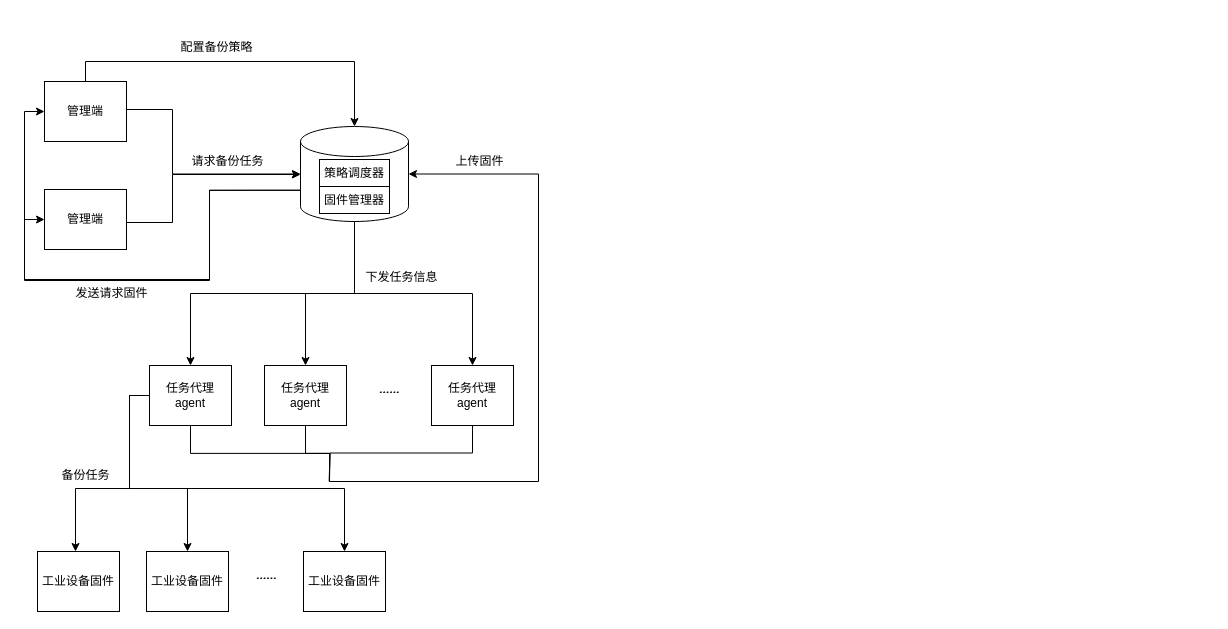
Earlier version of the draw.io diagram patent1.drawio (Alpha-Girl/drawio). Source tidied: cells renumbered, new cells numbered last; positions are measured from the earlier drawing's top-left corner, leaving out a move shared by most shapes. Both pictures are drawn from the tidied source at 100%, with x=0, y=0 at pixel (24, 38).
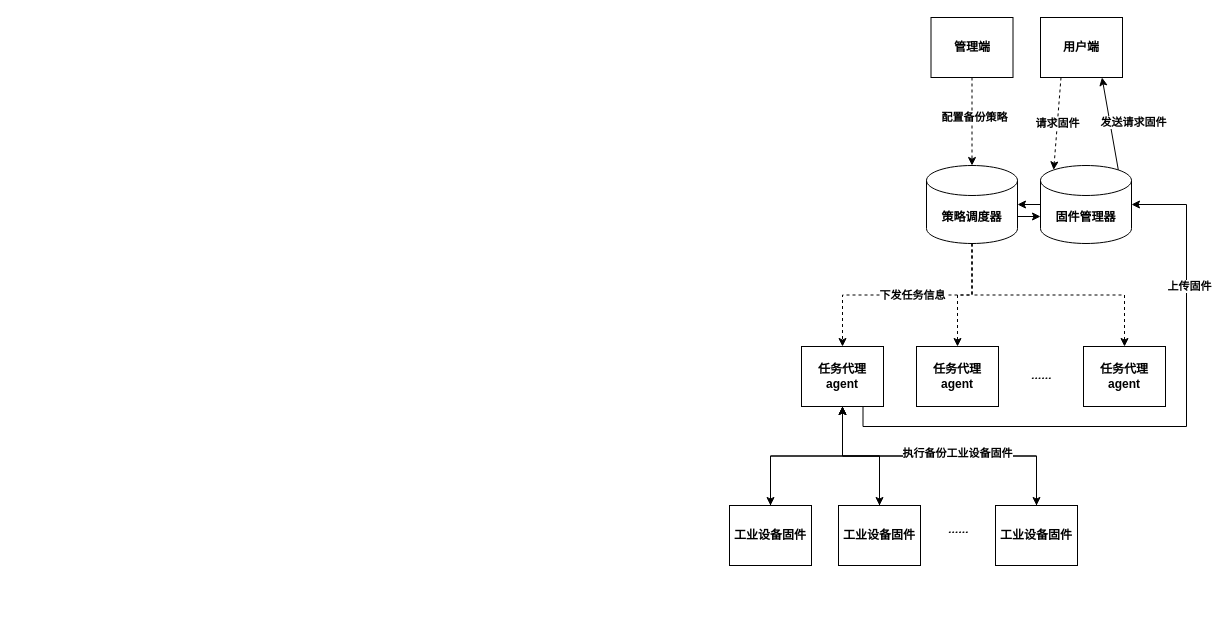
After the change.

Change to the diagram source:
```diff
@@
-    <mxCell id="2" style="edgeStyle=orthogonalEdgeStyle;rounded=0;jettySize=auto;html=1;exitX=1;exitY=0.5;exitDx=0;exitDy=0;entryX=0;entryY=0.5;entryDx=0;entryDy=0;entryPerimeter=0;" parent="1" edge="1" source="4" target="12">
-      <mxGeometry relative="1" as="geometry">
-        <Array as="points">
-          <mxPoint x="102" y="71" />
-          <mxPoint x="148" y="71" />
-          <mxPoint x="148" y="136" />
-        </Array>
-      </mxGeometry>
-    </mxCell>
-    <mxCell id="3" style="edgeStyle=orthogonalEdgeStyle;rounded=0;jettySize=auto;html=1;exitX=0.5;exitY=0;exitDx=0;exitDy=0;entryX=0.5;entryY=0;entryDx=0;entryDy=0;entryPerimeter=0;" parent="1" edge="1" source="4" target="12">
-      <mxGeometry relative="1" as="geometry" />
-    </mxCell>
-    <mxCell id="4" value="管理端" style="rounded=0;whiteSpace=wrap;html=1;" parent="1" vertex="1">
-      <mxGeometry x="20" y="43" width="82" height="60" as="geometry" />
-    </mxCell>
-    <mxCell id="5" style="edgeStyle=orthogonalEdgeStyle;rounded=0;jettySize=auto;html=1;exitX=1;exitY=0.5;exitDx=0;exitDy=0;" parent="1" edge="1" source="6" target="12">
-      <mxGeometry relative="1" as="geometry">
-        <Array as="points">
-          <mxPoint x="102" y="184" />
-          <mxPoint x="148" y="184" />
-          <mxPoint x="148" y="136" />
-        </Array>
-      </mxGeometry>
-    </mxCell>
-    <mxCell id="6" value="管理端" style="rounded=0;whiteSpace=wrap;html=1;" parent="1" vertex="1">
-      <mxGeometry x="20" y="151" width="82" height="60" as="geometry" />
-    </mxCell>
-    <mxCell id="7" style="edgeStyle=orthogonalEdgeStyle;rounded=0;jettySize=auto;html=1;exitX=0;exitY=0;exitDx=0;exitDy=63.75;exitPerimeter=0;entryX=0;entryY=0.5;entryDx=0;entryDy=0;" parent="1" edge="1" source="12" target="6">
-      <mxGeometry relative="1" as="geometry">
-        <Array as="points">
-          <mxPoint x="185" y="152" />
-          <mxPoint x="185" y="241" />
-          <mxPoint y="241" />
-          <mxPoint y="181" />
-        </Array>
-      </mxGeometry>
-    </mxCell>
-    <mxCell id="8" style="edgeStyle=orthogonalEdgeStyle;rounded=0;jettySize=auto;html=1;exitX=0;exitY=0;exitDx=0;exitDy=63.75;exitPerimeter=0;entryX=0;entryY=0.5;entryDx=0;entryDy=0;" parent="1" edge="1" source="12" target="4">
-      <mxGeometry relative="1" as="geometry">
-        <Array as="points">
-          <mxPoint x="185" y="152" />
-          <mxPoint x="185" y="242" />
-          <mxPoint y="242" />
-          <mxPoint y="73" />
-        </Array>
-      </mxGeometry>
-    </mxCell>
-    <mxCell id="9" style="edgeStyle=orthogonalEdgeStyle;rounded=0;jettySize=auto;html=1;exitX=0.5;exitY=1;exitDx=0;exitDy=0;exitPerimeter=0;entryX=0.5;entryY=0;entryDx=0;entryDy=0;fontFamily=Comic Sans MS;fontSize=24;" parent="1" edge="1" source="12" target="20">
-      <mxGeometry relative="1" as="geometry" />
-    </mxCell>
-    <mxCell id="10" style="edgeStyle=orthogonalEdgeStyle;rounded=0;jettySize=auto;html=1;exitX=0.5;exitY=1;exitDx=0;exitDy=0;exitPerimeter=0;fontFamily=Comic Sans MS;fontSize=24;" parent="1" edge="1" source="12" target="22">
-      <mxGeometry relative="1" as="geometry" />
-    </mxCell>
-    <mxCell id="11" style="edgeStyle=orthogonalEdgeStyle;rounded=0;jettySize=auto;html=1;exitX=0.5;exitY=1;exitDx=0;exitDy=0;exitPerimeter=0;fontFamily=Comic Sans MS;fontSize=24;" parent="1" edge="1" source="12" target="24">
-      <mxGeometry relative="1" as="geometry" />
-    </mxCell>
-    <mxCell id="12" style="shape=cylinder3;whiteSpace=wrap;html=1;boundedLbl=1;backgroundOutline=1;size=15;" parent="1" vertex="1">
-      <mxGeometry x="276" y="88" width="108" height="95" as="geometry" />
-    </mxCell>
-    <mxCell id="13" value="请求备份任务" style="text;html=1;align=center;verticalAlign=middle;fillColor=none;strokeColor=none;rounded=0;" parent="1" vertex="1">
-      <mxGeometry x="162" y="114" width="82" height="18" as="geometry" />
-    </mxCell>
+    <mxCell id="36" style="edgeStyle=orthogonalEdgeStyle;rounded=0;jettySize=auto;html=1;exitX=0.5;exitY=1;exitDx=0;exitDy=0;entryX=0.5;entryY=0;entryDx=0;entryDy=0;entryPerimeter=0;dashed=1;" parent="1" edge="1" source="37" target="34">
+      <mxGeometry relative="1" as="geometry" />
+    </mxCell>
+    <mxCell id="15" value="配置备份策略" style="edgeLabel;html=1;align=center;verticalAlign=middle;fontStyle=1;" parent="36" vertex="1">
+      <mxGeometry x="-0.11" y="2" relative="1" as="geometry" />
+    </mxCell>
+    <mxCell id="37" value="管理端" style="rounded=0;whiteSpace=wrap;html=1;fontStyle=1;" parent="1" vertex="1">
+      <mxGeometry x="906.5" y="-21" width="82" height="60" as="geometry" />
+    </mxCell>
+    <mxCell id="38" value="请求固件" style="rounded=0;jettySize=auto;html=1;exitX=0.25;exitY=1;exitDx=0;exitDy=0;entryX=0.145;entryY=0;entryDx=0;entryDy=4.35;entryPerimeter=0;fontStyle=1;dashed=1;" parent="1" edge="1" source="39" target="35">
+      <mxGeometry relative="1" as="geometry" />
+    </mxCell>
+    <mxCell id="39" value="用户端" style="rounded=0;whiteSpace=wrap;html=1;fontStyle=1;" parent="1" vertex="1">
+      <mxGeometry x="1016" y="-21" width="82" height="60" as="geometry" />
+    </mxCell>
+    <mxCell id="40" style="edgeStyle=orthogonalEdgeStyle;rounded=0;jettySize=auto;html=1;exitX=0.5;exitY=1;exitDx=0;exitDy=0;exitPerimeter=0;entryX=0.5;entryY=0;entryDx=0;entryDy=0;dashed=1;" parent="1" edge="1" source="34" target="48">
+      <mxGeometry relative="1" as="geometry" />
+    </mxCell>
+    <mxCell id="27" value="下发任务信息" style="edgeLabel;html=1;align=center;verticalAlign=middle;fontStyle=1;" parent="40" vertex="1">
+      <mxGeometry x="-0.13" y="-2" relative="1" as="geometry">
+        <mxPoint x="-11" y="2" as="offset" />
+      </mxGeometry>
+    </mxCell>
+    <mxCell id="41" style="edgeStyle=orthogonalEdgeStyle;rounded=0;jettySize=auto;html=1;exitX=0.5;exitY=1;exitDx=0;exitDy=0;exitPerimeter=0;dashed=1;" parent="1" edge="1" source="34" target="49">
+      <mxGeometry relative="1" as="geometry" />
+    </mxCell>
+    <mxCell id="42" style="edgeStyle=orthogonalEdgeStyle;rounded=0;jettySize=auto;html=1;exitX=0.5;exitY=1;exitDx=0;exitDy=0;exitPerimeter=0;dashed=1;" parent="1" edge="1" source="34" target="50">
+      <mxGeometry relative="1" as="geometry" />
+    </mxCell>
+    <mxCell id="43" style="edgeStyle=none;rounded=0;jettySize=auto;html=1;exitX=1;exitY=0;exitDx=0;exitDy=51;exitPerimeter=0;entryX=0;entryY=0;entryDx=0;entryDy=51;entryPerimeter=0;" parent="1" edge="1" source="34" target="35">
+      <mxGeometry relative="1" as="geometry" />
+    </mxCell>
+    <mxCell id="34" value="策略调度器" style="shape=cylinder3;whiteSpace=wrap;html=1;boundedLbl=1;backgroundOutline=1;size=15;fontStyle=1;" parent="1" vertex="1">
+      <mxGeometry x="902" y="127" width="91" height="78" as="geometry" />
+    </mxCell>
+    <mxCell id="44" style="edgeStyle=orthogonalEdgeStyle;rounded=0;jettySize=auto;html=1;exitX=0.5;exitY=1;exitDx=0;exitDy=0;" parent="1" edge="1" source="48" target="52">
+      <mxGeometry relative="1" as="geometry" />
+    </mxCell>
+    <mxCell id="45" style="edgeStyle=orthogonalEdgeStyle;rounded=0;jettySize=auto;html=1;exitX=0.5;exitY=1;exitDx=0;exitDy=0;" parent="1" edge="1" source="48" target="54">
+      <mxGeometry relative="1" as="geometry" />
+    </mxCell>
+    <mxCell id="46" style="edgeStyle=orthogonalEdgeStyle;rounded=0;jettySize=auto;html=1;exitX=0.5;exitY=1;exitDx=0;exitDy=0;" parent="1" edge="1" source="48" target="57">
+      <mxGeometry relative="1" as="geometry" />
+    </mxCell>
+    <mxCell id="47" style="edgeStyle=orthogonalEdgeStyle;rounded=0;jettySize=auto;html=1;exitX=0.75;exitY=1;exitDx=0;exitDy=0;entryX=1;entryY=0.5;entryDx=0;entryDy=0;entryPerimeter=0;" parent="1" edge="1" source="48" target="35">
+      <mxGeometry relative="1" as="geometry">
+        <Array as="points">
+          <mxPoint x="839" y="388" />
+          <mxPoint x="1162" y="388" />
+          <mxPoint x="1162" y="166" />
+        </Array>
+      </mxGeometry>
+    </mxCell>
+    <mxCell id="28" value="上传固件" style="edgeLabel;html=1;align=center;verticalAlign=middle;fontStyle=1;" parent="47" vertex="1">
+      <mxGeometry x="0.56" y="-2" relative="1" as="geometry" />
+    </mxCell>
+    <mxCell id="48" value="任务代理&lt;br&gt;agent" style="rounded=0;whiteSpace=wrap;html=1;fontStyle=1;" parent="1" vertex="1">
+      <mxGeometry x="777" y="308" width="82" height="60" as="geometry" />
+    </mxCell>
+    <mxCell id="49" value="任务代理&lt;br&gt;agent" style="rounded=0;whiteSpace=wrap;html=1;fontStyle=1;" parent="1" vertex="1">
+      <mxGeometry x="892" y="308" width="82" height="60" as="geometry" />
+    </mxCell>
+    <mxCell id="50" value="任务代理&lt;br&gt;agent" style="rounded=0;whiteSpace=wrap;html=1;fontStyle=1;" parent="1" vertex="1">
+      <mxGeometry x="1059" y="308" width="82" height="60" as="geometry" />
+    </mxCell>
+    <mxCell id="51" style="edgeStyle=orthogonalEdgeStyle;rounded=0;jettySize=auto;html=1;exitX=0.5;exitY=0;exitDx=0;exitDy=0;entryX=0.5;entryY=1;entryDx=0;entryDy=0;" parent="1" edge="1" source="52" target="48">
+      <mxGeometry relative="1" as="geometry" />
+    </mxCell>
+    <mxCell id="52" value="工业设备固件" style="rounded=0;whiteSpace=wrap;html=1;fontStyle=1;" parent="1" vertex="1">
+      <mxGeometry x="705" y="467" width="82" height="60" as="geometry" />
+    </mxCell>
+    <mxCell id="53" style="edgeStyle=orthogonalEdgeStyle;rounded=0;jettySize=auto;html=1;exitX=0.5;exitY=0;exitDx=0;exitDy=0;entryX=0.5;entryY=1;entryDx=0;entryDy=0;" parent="1" edge="1" source="54" target="48">
+      <mxGeometry relative="1" as="geometry" />
+    </mxCell>
+    <mxCell id="54" value="工业设备固件" style="rounded=0;whiteSpace=wrap;html=1;fontStyle=1;" parent="1" vertex="1">
+      <mxGeometry x="814" y="467" width="82" height="60" as="geometry" />
+    </mxCell>
+    <mxCell id="55" style="edgeStyle=orthogonalEdgeStyle;rounded=0;jettySize=auto;html=1;exitX=0.5;exitY=0;exitDx=0;exitDy=0;entryX=0.5;entryY=1;entryDx=0;entryDy=0;" parent="1" edge="1" source="57" target="48">
+      <mxGeometry relative="1" as="geometry" />
+    </mxCell>
+    <mxCell id="56" value="执行备份工业设备固件" style="edgeLabel;html=1;align=center;verticalAlign=middle;fontStyle=1;" parent="55" vertex="1">
+      <mxGeometry x="-0.12" y="-3" relative="1" as="geometry" />
+    </mxCell>
+    <mxCell id="57" value="工业设备固件" style="rounded=0;whiteSpace=wrap;html=1;fontStyle=1;" parent="1" vertex="1">
+      <mxGeometry x="971" y="467" width="82" height="60" as="geometry" />
+    </mxCell>
+    <mxCell id="58" value="&lt;font face=&quot;Comic Sans MS&quot; style=&quot;font-size: 24px&quot;&gt;……&lt;/font&gt;" style="text;html=1;align=center;verticalAlign=middle;fillColor=none;strokeColor=none;rounded=0;" parent="1" vertex="1">
+      <mxGeometry x="912" y="476" width="43" height="23" as="geometry" />
+    </mxCell>
-    <mxCell id="14" value="发送请求固件" style="text;html=1;align=center;verticalAlign=middle;fillColor=none;strokeColor=none;rounded=0;" parent="1" vertex="1">
-      <mxGeometry x="46" y="246" width="82" height="18" as="geometry" />
+    <mxCell id="14" value="发送请求固件" style="rounded=0;jettySize=auto;html=1;exitX=0.855;exitY=0;exitDx=0;exitDy=4.35;exitPerimeter=0;entryX=0.75;entryY=1;entryDx=0;entryDy=0;fontStyle=1;" parent="1" edge="1" source="35" target="39">
+      <mxGeometry x="-0.06" y="-23" relative="1" as="geometry" />
     </mxCell>
-    <mxCell id="15" value="配置备份策略" style="text;html=1;align=center;verticalAlign=middle;fillColor=none;strokeColor=none;rounded=0;" parent="1" vertex="1">
-      <mxGeometry x="151" width="82" height="18" as="geometry" />
-    </mxCell>
-    <mxCell id="16" style="edgeStyle=orthogonalEdgeStyle;rounded=0;jettySize=auto;html=1;exitX=0.5;exitY=1;exitDx=0;exitDy=0;fontFamily=Comic Sans MS;fontSize=24;endArrow=none;endFill=0;elbow=vertical;" parent="1" edge="1" source="20">
-      <mxGeometry relative="1" as="geometry">
-        <mxPoint x="304.8" y="442.8" as="targetPoint" />
-      </mxGeometry>
-    </mxCell>
-    <mxCell id="17" style="edgeStyle=orthogonalEdgeStyle;rounded=0;jettySize=auto;html=1;exitX=0;exitY=0.5;exitDx=0;exitDy=0;fontFamily=Comic Sans MS;fontSize=24;endArrow=classic;endFill=1;elbow=vertical;" parent="1" edge="1" source="20" target="29">
-      <mxGeometry relative="1" as="geometry">
-        <Array as="points">
-          <mxPoint x="105" y="357" />
-          <mxPoint x="105" y="450" />
-          <mxPoint x="51" y="450" />
-        </Array>
-      </mxGeometry>
-    </mxCell>
-    <mxCell id="18" style="edgeStyle=orthogonalEdgeStyle;rounded=0;jettySize=auto;html=1;exitX=0;exitY=0.5;exitDx=0;exitDy=0;entryX=0.5;entryY=0;entryDx=0;entryDy=0;fontFamily=Comic Sans MS;fontSize=24;endArrow=classic;endFill=1;elbow=vertical;" parent="1" edge="1" source="20" target="30">
-      <mxGeometry relative="1" as="geometry" />
-    </mxCell>
-    <mxCell id="19" style="edgeStyle=orthogonalEdgeStyle;rounded=0;jettySize=auto;html=1;exitX=0;exitY=0.5;exitDx=0;exitDy=0;fontFamily=Comic Sans MS;fontSize=24;endArrow=classic;endFill=1;elbow=vertical;" parent="1" edge="1" source="20" target="31">
-      <mxGeometry relative="1" as="geometry" />
-    </mxCell>
-    <mxCell id="20" value="任务代理&lt;br&gt;agent" style="rounded=0;whiteSpace=wrap;html=1;" parent="1" vertex="1">
-      <mxGeometry x="125" y="327" width="82" height="60" as="geometry" />
-    </mxCell>
-    <mxCell id="21" style="edgeStyle=orthogonalEdgeStyle;rounded=0;jettySize=auto;html=1;exitX=0.5;exitY=1;exitDx=0;exitDy=0;fontFamily=Comic Sans MS;fontSize=24;endArrow=none;endFill=0;elbow=vertical;" parent="1" edge="1" source="22">
-      <mxGeometry relative="1" as="geometry">
-        <mxPoint x="304.8" y="442.8" as="targetPoint" />
-      </mxGeometry>
-    </mxCell>
-    <mxCell id="22" value="任务代理&lt;br&gt;agent" style="rounded=0;whiteSpace=wrap;html=1;" parent="1" vertex="1">
-      <mxGeometry x="240" y="327" width="82" height="60" as="geometry" />
-    </mxCell>
-    <mxCell id="23" style="edgeStyle=orthogonalEdgeStyle;rounded=0;jettySize=auto;html=1;exitX=0.5;exitY=1;exitDx=0;exitDy=0;fontFamily=Comic Sans MS;fontSize=24;endArrow=none;endFill=0;elbow=vertical;" parent="1" edge="1" source="24">
-      <mxGeometry relative="1" as="geometry">
-        <mxPoint x="305" y="442" as="targetPoint" />
-      </mxGeometry>
-    </mxCell>
-    <mxCell id="24" value="任务代理&lt;br&gt;agent" style="rounded=0;whiteSpace=wrap;html=1;" parent="1" vertex="1">
-      <mxGeometry x="407" y="327" width="82" height="60" as="geometry" />
-    </mxCell>
-    <mxCell id="25" value="&lt;font face=&quot;Comic Sans MS&quot; style=&quot;font-size: 24px&quot;&gt;……&lt;/font&gt;" style="text;html=1;align=center;verticalAlign=middle;fillColor=none;strokeColor=none;rounded=0;" parent="1" vertex="1">
-      <mxGeometry x="343" y="336" width="43" height="23" as="geometry" />
-    </mxCell>
-    <mxCell id="26" style="edgeStyle=orthogonalEdgeStyle;rounded=0;jettySize=auto;html=1;exitX=0.5;exitY=0;exitDx=0;exitDy=0;entryX=1;entryY=0.5;entryDx=0;entryDy=0;entryPerimeter=0;fontFamily=Comic Sans MS;fontSize=24;endArrow=classic;endFill=1;elbow=vertical;" parent="1" edge="1" target="12">
-      <mxGeometry relative="1" as="geometry">
-        <mxPoint x="305" y="441" as="sourcePoint" />
-        <Array as="points">
-          <mxPoint x="305" y="443" />
-          <mxPoint x="514" y="443" />
-          <mxPoint x="514" y="136" />
-        </Array>
-      </mxGeometry>
-    </mxCell>
-    <mxCell id="27" value="下发任务信息" style="text;html=1;align=center;verticalAlign=middle;fillColor=none;strokeColor=none;rounded=0;" parent="1" vertex="1">
-      <mxGeometry x="336" y="230" width="82" height="18" as="geometry" />
-    </mxCell>
-    <mxCell id="28" value="上传固件" style="text;html=1;align=center;verticalAlign=middle;fillColor=none;strokeColor=none;rounded=0;" parent="1" vertex="1">
-      <mxGeometry x="426" y="114" width="58" height="18" as="geometry" />
-    </mxCell>
-    <mxCell id="29" value="工业设备固件" style="rounded=0;whiteSpace=wrap;html=1;" parent="1" vertex="1">
-      <mxGeometry x="13" y="513" width="82" height="60" as="geometry" />
-    </mxCell>
-    <mxCell id="30" value="工业设备固件" style="rounded=0;whiteSpace=wrap;html=1;" parent="1" vertex="1">
-      <mxGeometry x="122" y="513" width="82" height="60" as="geometry" />
-    </mxCell>
-    <mxCell id="31" value="工业设备固件" style="rounded=0;whiteSpace=wrap;html=1;" parent="1" vertex="1">
-      <mxGeometry x="279" y="513" width="82" height="60" as="geometry" />
-    </mxCell>
-    <mxCell id="32" value="&lt;font face=&quot;Comic Sans MS&quot; style=&quot;font-size: 24px&quot;&gt;……&lt;/font&gt;" style="text;html=1;align=center;verticalAlign=middle;fillColor=none;strokeColor=none;rounded=0;" parent="1" vertex="1">
-      <mxGeometry x="220" y="522" width="43" height="23" as="geometry" />
-    </mxCell>
-    <mxCell id="33" value="备份任务" style="text;html=1;align=center;verticalAlign=middle;fillColor=none;strokeColor=none;rounded=0;" parent="1" vertex="1">
-      <mxGeometry x="32" y="428" width="58" height="18" as="geometry" />
-    </mxCell>
-    <mxCell id="34" value="策略调度器" style="rounded=0;whiteSpace=wrap;html=1;" parent="1" vertex="1">
-      <mxGeometry x="295" y="121" width="70" height="27" as="geometry" />
-    </mxCell>
+    <mxCell id="59" style="edgeStyle=none;rounded=0;jettySize=auto;html=1;exitX=0;exitY=0.5;exitDx=0;exitDy=0;exitPerimeter=0;entryX=1;entryY=0.5;entryDx=0;entryDy=0;entryPerimeter=0;" parent="1" edge="1" source="35" target="34">
+      <mxGeometry relative="1" as="geometry" />
+    </mxCell>
-    <mxCell id="35" value="固件管理器" style="rounded=0;whiteSpace=wrap;html=1;" parent="1" vertex="1">
-      <mxGeometry x="295" y="148" width="70" height="27" as="geometry" />
+    <mxCell id="35" value="固件管理器" style="shape=cylinder3;whiteSpace=wrap;html=1;boundedLbl=1;backgroundOutline=1;size=15;fontStyle=1;" parent="1" vertex="1">
+      <mxGeometry x="1016" y="127" width="91" height="78" as="geometry" />
     </mxCell>
+    <mxCell id="60" value="&lt;font face=&quot;Comic Sans MS&quot; style=&quot;font-size: 24px&quot;&gt;……&lt;/font&gt;" style="text;html=1;align=center;verticalAlign=middle;fillColor=none;strokeColor=none;rounded=0;" parent="1" vertex="1">
+      <mxGeometry x="995" y="322" width="43" height="23" as="geometry" />
+    </mxCell>
```
